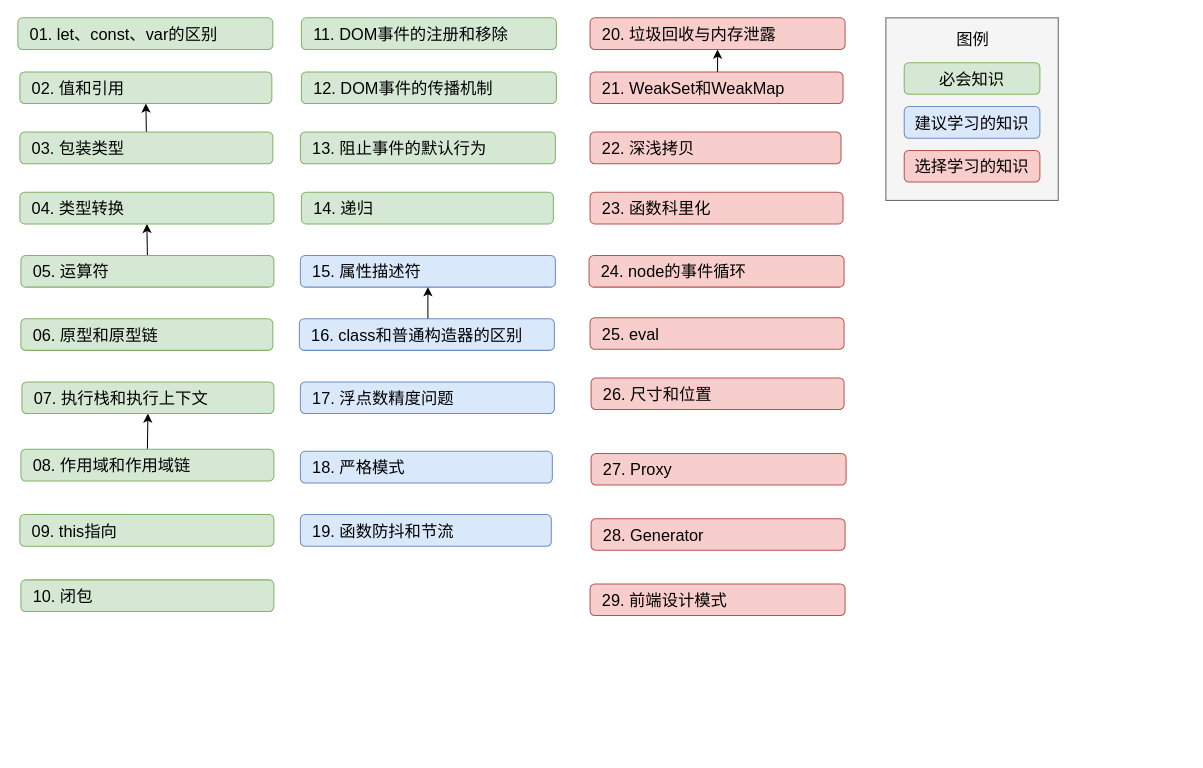
Above: 知识图谱.dio in 915030415/frontend-interview-javascript (draw.io), before the change. Source tidied: cells renumbered, new cells numbered last; positions are measured from the earlier drawing's top-left corner, leaving out a move shared by most shapes. Both pictures are drawn from the tidied source at 102%, with x=0, y=0 at pixel (17, 17).
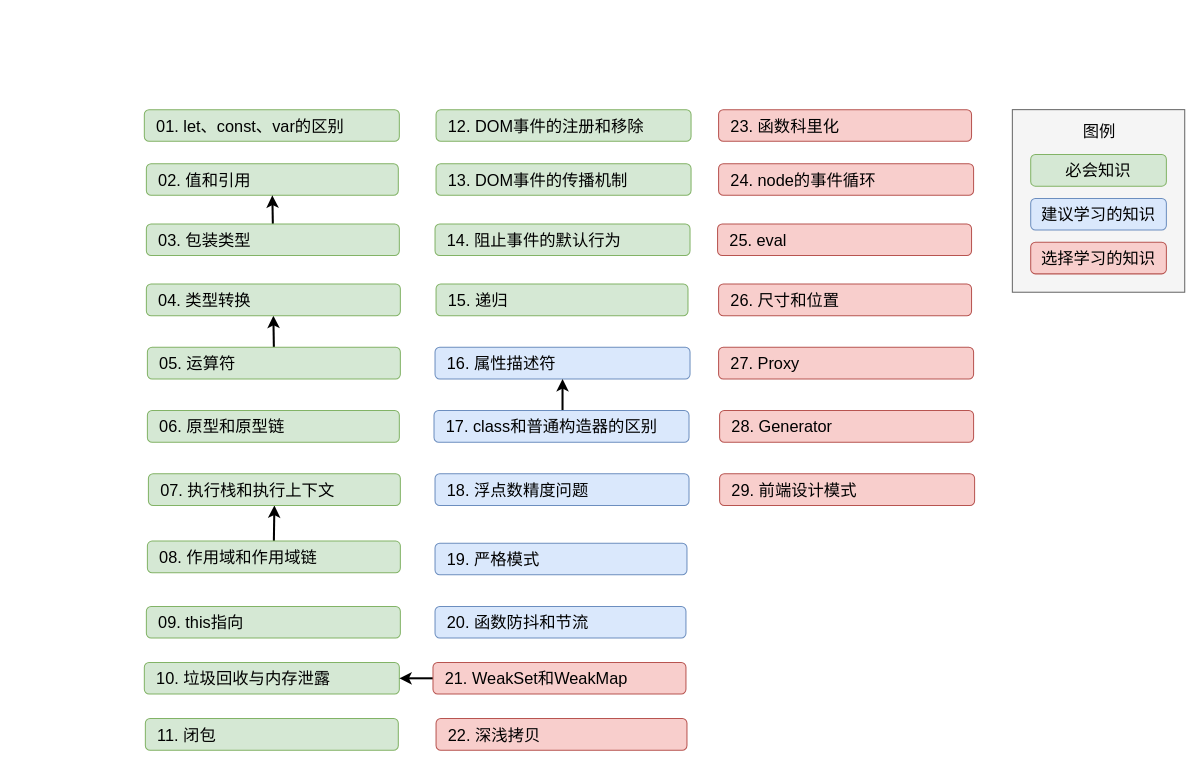
The same diagram, later.

What changed in the source:
```diff
@@
     <mxCell id="2" value="&lt;font color=&quot;#000000&quot;&gt;02. 值和引用&lt;/font&gt;" style="rounded=1;whiteSpace=wrap;html=1;fillColor=#d5e8d4;strokeColor=#82b366;fontSize=16;fontFamily=Roboto Mono;align=left;spacingLeft=10;" parent="1" vertex="1">
-      <mxGeometry x="2" y="53" width="247" height="31" as="geometry" />
+      <mxGeometry x="126" y="143" width="247" height="31" as="geometry" />
     </mxCell>
-    <mxCell id="3" value="&lt;font color=&quot;#000000&quot;&gt;20. 垃圾回收与内存泄露&lt;/font&gt;" style="rounded=1;whiteSpace=wrap;html=1;fillColor=#f8cecc;strokeColor=#b85450;fontSize=16;fontFamily=Roboto Mono;align=left;spacingLeft=10;" parent="1" vertex="1">
-      <mxGeometry x="561" width="250" height="31" as="geometry" />
+    <mxCell id="3" value="&lt;font color=&quot;#000000&quot;&gt;10. 垃圾回收与内存泄露&lt;/font&gt;" style="rounded=1;whiteSpace=wrap;html=1;fillColor=#d5e8d4;strokeColor=#82b366;fontSize=16;fontFamily=Roboto Mono;align=left;spacingLeft=10;" parent="1" vertex="1">
+      <mxGeometry x="124" y="632" width="250" height="31" as="geometry" />
     </mxCell>
-    <mxCell id="4" value="&lt;font color=&quot;#000000&quot;&gt;10. 闭包&lt;/font&gt;" style="rounded=1;whiteSpace=wrap;html=1;fillColor=#d5e8d4;strokeColor=#82b366;fontSize=16;fontFamily=Roboto Mono;align=left;spacingLeft=10;" parent="1" vertex="1">
-      <mxGeometry x="3" y="551" width="248" height="31" as="geometry" />
+    <mxCell id="4" value="&lt;font color=&quot;#000000&quot;&gt;11. 闭包&lt;/font&gt;" style="rounded=1;whiteSpace=wrap;html=1;fillColor=#d5e8d4;strokeColor=#82b366;fontSize=16;fontFamily=Roboto Mono;align=left;spacingLeft=10;" parent="1" vertex="1">
+      <mxGeometry x="125" y="687" width="248" height="31" as="geometry" />
     </mxCell>
     <mxCell id="5" value="&lt;font color=&quot;#000000&quot;&gt;22. 深浅拷贝&lt;/font&gt;" style="rounded=1;whiteSpace=wrap;html=1;fillColor=#f8cecc;strokeColor=#b85450;fontSize=16;fontFamily=Roboto Mono;align=left;spacingLeft=10;" parent="1" vertex="1">
-      <mxGeometry x="561" y="112" width="246" height="31" as="geometry" />
+      <mxGeometry x="410" y="687" width="246" height="31" as="geometry" />
     </mxCell>
     <mxCell id="6" value="&lt;font color=&quot;#000000&quot;&gt;09. this指向&lt;/font&gt;" style="rounded=1;whiteSpace=wrap;html=1;fillColor=#d5e8d4;strokeColor=#82b366;fontSize=16;fontFamily=Roboto Mono;align=left;spacingLeft=10;" parent="1" vertex="1">
-      <mxGeometry x="2" y="487" width="249" height="31" as="geometry" />
+      <mxGeometry x="126" y="577" width="249" height="31" as="geometry" />
     </mxCell>
-    <mxCell id="7" value="&lt;font color=&quot;#000000&quot;&gt;15. 属性描述符&lt;/font&gt;" style="rounded=1;whiteSpace=wrap;html=1;fillColor=#dae8fc;strokeColor=#6c8ebf;fontSize=16;fontFamily=Roboto Mono;align=left;spacingLeft=10;" parent="1" vertex="1">
-      <mxGeometry x="277" y="233" width="250" height="31" as="geometry" />
+    <mxCell id="7" value="&lt;font color=&quot;#000000&quot;&gt;16. 属性描述符&lt;/font&gt;" style="rounded=1;whiteSpace=wrap;html=1;fillColor=#dae8fc;strokeColor=#6c8ebf;fontSize=16;fontFamily=Roboto Mono;align=left;spacingLeft=10;" parent="1" vertex="1">
+      <mxGeometry x="409" y="323" width="250" height="31" as="geometry" />
     </mxCell>
-    <mxCell id="8" style="edgeStyle=orthogonalEdgeStyle;rounded=0;jettySize=auto;html=1;exitX=0.5;exitY=0;exitDx=0;exitDy=0;entryX=0.5;entryY=1;entryDx=0;entryDy=0;strokeColor=#000000;spacingLeft=10;" parent="1" edge="1" source="9" target="34">
+    <mxCell id="8" style="edgeStyle=orthogonalEdgeStyle;rounded=0;jettySize=auto;html=1;exitX=0.5;exitY=0;exitDx=0;exitDy=0;entryX=0.5;entryY=1;entryDx=0;entryDy=0;strokeColor=#000000;spacingLeft=10;strokeWidth=2;" parent="1" edge="1" source="9" target="34">
       <mxGeometry relative="1" as="geometry" />
     </mxCell>
     <mxCell id="9" value="&lt;font color=&quot;#000000&quot;&gt;08. 作用域和作用域链&lt;/font&gt;" style="rounded=1;whiteSpace=wrap;html=1;fillColor=#d5e8d4;strokeColor=#82b366;fontSize=16;fontFamily=Roboto Mono;align=left;spacingLeft=10;" parent="1" vertex="1">
-      <mxGeometry x="3" y="423" width="248" height="31" as="geometry" />
+      <mxGeometry x="127" y="513" width="248" height="31" as="geometry" />
     </mxCell>
-    <mxCell id="10" style="edgeStyle=orthogonalEdgeStyle;rounded=0;jettySize=auto;html=1;exitX=0.5;exitY=0;exitDx=0;exitDy=0;entryX=0.5;entryY=1;entryDx=0;entryDy=0;strokeColor=#000000;spacingLeft=10;" parent="1" edge="1" source="11" target="35">
+    <mxCell id="10" style="edgeStyle=orthogonalEdgeStyle;rounded=0;jettySize=auto;html=1;exitX=0.5;exitY=0;exitDx=0;exitDy=0;entryX=0.5;entryY=1;entryDx=0;entryDy=0;strokeColor=#000000;spacingLeft=10;strokeWidth=2;" parent="1" edge="1" source="11" target="35">
       <mxGeometry relative="1" as="geometry" />
     </mxCell>
     <mxCell id="11" value="&lt;font color=&quot;#000000&quot;&gt;05. 运算符&lt;/font&gt;" style="rounded=1;whiteSpace=wrap;html=1;fillColor=#d5e8d4;strokeColor=#82b366;fontSize=16;fontFamily=Roboto Mono;align=left;spacingLeft=10;" parent="1" vertex="1">
-      <mxGeometry x="3" y="233" width="248" height="31" as="geometry" />
+      <mxGeometry x="127" y="323" width="248" height="31" as="geometry" />
     </mxCell>
-    <mxCell id="12" style="edgeStyle=orthogonalEdgeStyle;rounded=0;jettySize=auto;html=1;exitX=0.5;exitY=0;exitDx=0;exitDy=0;entryX=0.5;entryY=1;entryDx=0;entryDy=0;strokeColor=#000000;spacingLeft=10;" parent="1" edge="1" source="13" target="2">
+    <mxCell id="12" style="edgeStyle=orthogonalEdgeStyle;rounded=0;jettySize=auto;html=1;exitX=0.5;exitY=0;exitDx=0;exitDy=0;entryX=0.5;entryY=1;entryDx=0;entryDy=0;strokeColor=#000000;spacingLeft=10;strokeWidth=2;" parent="1" edge="1" source="13" target="2">
       <mxGeometry relative="1" as="geometry" />
     </mxCell>
     <mxCell id="13" value="&lt;font color=&quot;#000000&quot;&gt;03. 包装类型&lt;/font&gt;" style="rounded=1;whiteSpace=wrap;html=1;fillColor=#d5e8d4;strokeColor=#82b366;fontSize=16;fontFamily=Roboto Mono;align=left;spacingLeft=10;" parent="1" vertex="1">
-      <mxGeometry x="2" y="112" width="248" height="31" as="geometry" />
+      <mxGeometry x="126" y="202" width="248" height="31" as="geometry" />
     </mxCell>
-    <mxCell id="14" value="&lt;font color=&quot;#000000&quot;&gt;18. 严格模式&lt;/font&gt;" style="rounded=1;whiteSpace=wrap;html=1;fillColor=#dae8fc;strokeColor=#6c8ebf;fontSize=16;fontFamily=Roboto Mono;align=left;spacingLeft=10;" parent="1" vertex="1">
-      <mxGeometry x="277" y="425" width="247" height="31" as="geometry" />
+    <mxCell id="14" value="&lt;font color=&quot;#000000&quot;&gt;19. 严格模式&lt;/font&gt;" style="rounded=1;whiteSpace=wrap;html=1;fillColor=#dae8fc;strokeColor=#6c8ebf;fontSize=16;fontFamily=Roboto Mono;align=left;spacingLeft=10;" parent="1" vertex="1">
+      <mxGeometry x="409" y="515" width="247" height="31" as="geometry" />
     </mxCell>
-    <mxCell id="15" value="&lt;font color=&quot;#000000&quot;&gt;17. 浮点数精度问题&lt;/font&gt;" style="rounded=1;whiteSpace=wrap;html=1;fillColor=#dae8fc;strokeColor=#6c8ebf;fontSize=16;fontFamily=Roboto Mono;align=left;spacingLeft=10;" parent="1" vertex="1">
-      <mxGeometry x="277" y="357" width="249" height="31" as="geometry" />
+    <mxCell id="15" value="&lt;font color=&quot;#000000&quot;&gt;18. 浮点数精度问题&lt;/font&gt;" style="rounded=1;whiteSpace=wrap;html=1;fillColor=#dae8fc;strokeColor=#6c8ebf;fontSize=16;fontFamily=Roboto Mono;align=left;spacingLeft=10;" parent="1" vertex="1">
+      <mxGeometry x="409" y="447" width="249" height="31" as="geometry" />
     </mxCell>
-    <mxCell id="16" value="&lt;font color=&quot;#000000&quot;&gt;12. DOM事件的传播机制&lt;/font&gt;" style="rounded=1;whiteSpace=wrap;html=1;fillColor=#d5e8d4;strokeColor=#82b366;fontSize=16;fontFamily=Roboto Mono;align=left;spacingLeft=10;" parent="1" vertex="1">
-      <mxGeometry x="278" y="53" width="250" height="31" as="geometry" />
+    <mxCell id="16" value="&lt;font color=&quot;#000000&quot;&gt;13. DOM事件的传播机制&lt;/font&gt;" style="rounded=1;whiteSpace=wrap;html=1;fillColor=#d5e8d4;strokeColor=#82b366;fontSize=16;fontFamily=Roboto Mono;align=left;spacingLeft=10;" parent="1" vertex="1">
+      <mxGeometry x="410" y="143" width="250" height="31" as="geometry" />
     </mxCell>
-    <mxCell id="17" value="&lt;font color=&quot;#000000&quot;&gt;13. 阻止事件的默认行为&lt;/font&gt;" style="rounded=1;whiteSpace=wrap;html=1;fillColor=#d5e8d4;strokeColor=#82b366;fontSize=16;fontFamily=Roboto Mono;align=left;spacingLeft=10;" parent="1" vertex="1">
-      <mxGeometry x="277" y="112" width="250" height="31" as="geometry" />
+    <mxCell id="17" value="&lt;font color=&quot;#000000&quot;&gt;14. 阻止事件的默认行为&lt;/font&gt;" style="rounded=1;whiteSpace=wrap;html=1;fillColor=#d5e8d4;strokeColor=#82b366;fontSize=16;fontFamily=Roboto Mono;align=left;spacingLeft=10;" parent="1" vertex="1">
+      <mxGeometry x="409" y="202" width="250" height="31" as="geometry" />
     </mxCell>
-    <mxCell id="18" value="&lt;font color=&quot;#000000&quot;&gt;19. 函数防抖和节流&lt;/font&gt;" style="rounded=1;whiteSpace=wrap;html=1;fillColor=#dae8fc;strokeColor=#6c8ebf;fontSize=16;fontFamily=Roboto Mono;align=left;spacingLeft=10;" parent="1" vertex="1">
-      <mxGeometry x="277" y="487" width="246" height="31" as="geometry" />
+    <mxCell id="18" value="&lt;font color=&quot;#000000&quot;&gt;20. 函数防抖和节流&lt;/font&gt;" style="rounded=1;whiteSpace=wrap;html=1;fillColor=#dae8fc;strokeColor=#6c8ebf;fontSize=16;fontFamily=Roboto Mono;align=left;spacingLeft=10;" parent="1" vertex="1">
+      <mxGeometry x="409" y="577" width="246" height="31" as="geometry" />
     </mxCell>
     <mxCell id="19" value="&lt;font color=&quot;#000000&quot;&gt;01. let、const、var的区别&lt;/font&gt;" style="rounded=1;whiteSpace=wrap;html=1;fillColor=#d5e8d4;strokeColor=#82b366;fontSize=16;fontFamily=Roboto Mono;align=left;spacingLeft=10;" parent="1" vertex="1">
-      <mxGeometry width="250" height="31" as="geometry" />
+      <mxGeometry x="124" y="90" width="250" height="31" as="geometry" />
     </mxCell>
-    <mxCell id="20" style="edgeStyle=orthogonalEdgeStyle;rounded=0;jettySize=auto;html=1;exitX=0.5;exitY=0;exitDx=0;exitDy=0;entryX=0.5;entryY=1;entryDx=0;entryDy=0;strokeColor=#000000;spacingLeft=10;" parent="1" edge="1" source="21" target="7">
+    <mxCell id="20" style="edgeStyle=orthogonalEdgeStyle;rounded=0;jettySize=auto;html=1;exitX=0.5;exitY=0;exitDx=0;exitDy=0;entryX=0.5;entryY=1;entryDx=0;entryDy=0;strokeColor=#000000;spacingLeft=10;strokeWidth=2;" parent="1" edge="1" source="21" target="7">
       <mxGeometry relative="1" as="geometry" />
     </mxCell>
-    <mxCell id="21" value="&lt;font color=&quot;#000000&quot;&gt;16. class和普通构造器的区别&lt;/font&gt;" style="rounded=1;whiteSpace=wrap;html=1;fillColor=#dae8fc;strokeColor=#6c8ebf;fontSize=16;fontFamily=Roboto Mono;align=left;spacingLeft=10;" parent="1" vertex="1">
-      <mxGeometry x="276" y="295" width="250" height="31" as="geometry" />
+    <mxCell id="21" value="&lt;font color=&quot;#000000&quot;&gt;17. class和普通构造器的区别&lt;/font&gt;" style="rounded=1;whiteSpace=wrap;html=1;fillColor=#dae8fc;strokeColor=#6c8ebf;fontSize=16;fontFamily=Roboto Mono;align=left;spacingLeft=10;" parent="1" vertex="1">
+      <mxGeometry x="408" y="385" width="250" height="31" as="geometry" />
     </mxCell>
-    <mxCell id="22" value="&lt;font color=&quot;#000000&quot;&gt;11. DOM事件的注册和移除&lt;/font&gt;" style="rounded=1;whiteSpace=wrap;html=1;fillColor=#d5e8d4;strokeColor=#82b366;fontSize=16;fontFamily=Roboto Mono;align=left;spacingLeft=10;" parent="1" vertex="1">
-      <mxGeometry x="278" width="250" height="31" as="geometry" />
+    <mxCell id="22" value="&lt;font color=&quot;#000000&quot;&gt;12. DOM事件的注册和移除&lt;/font&gt;" style="rounded=1;whiteSpace=wrap;html=1;fillColor=#d5e8d4;strokeColor=#82b366;fontSize=16;fontFamily=Roboto Mono;align=left;spacingLeft=10;" parent="1" vertex="1">
+      <mxGeometry x="410" y="90" width="250" height="31" as="geometry" />
     </mxCell>
     <mxCell id="23" value="&lt;font color=&quot;#000000&quot;&gt;26. 尺寸和位置&lt;/font&gt;" style="rounded=1;whiteSpace=wrap;html=1;fontSize=16;fontFamily=Roboto Mono;fillColor=#F8CECC;strokeColor=#B85450;align=left;spacingLeft=10;" parent="1" vertex="1">
-      <mxGeometry x="562" y="353" width="248" height="31" as="geometry" />
+      <mxGeometry x="687" y="261" width="248" height="31" as="geometry" />
     </mxCell>
-    <mxCell id="24" style="edgeStyle=orthogonalEdgeStyle;rounded=0;jettySize=auto;html=1;exitX=0.5;exitY=0;exitDx=0;exitDy=0;entryX=0.5;entryY=1;entryDx=0;entryDy=0;strokeColor=#000000;spacingLeft=10;" parent="1" edge="1" source="25" target="3">
+    <mxCell id="24" style="edgeStyle=none;html=1;exitX=0;exitY=0.5;exitDx=0;exitDy=0;entryX=1;entryY=0.5;entryDx=0;entryDy=0;strokeWidth=2;" parent="1" edge="1" source="25" target="3">
       <mxGeometry relative="1" as="geometry" />
     </mxCell>
     <mxCell id="25" value="&lt;font color=&quot;#000000&quot;&gt;21. WeakSet和WeakMap&lt;/font&gt;" style="rounded=1;whiteSpace=wrap;html=1;fillColor=#f8cecc;strokeColor=#b85450;fontSize=16;fontFamily=Roboto Mono;align=left;spacingLeft=10;" parent="1" vertex="1">
-      <mxGeometry x="561" y="53" width="248" height="31" as="geometry" />
+      <mxGeometry x="407" y="632" width="248" height="31" as="geometry" />
     </mxCell>
     <mxCell id="26" value="&lt;font color=&quot;#000000&quot;&gt;24. node的事件循环&lt;/font&gt;" style="rounded=1;whiteSpace=wrap;html=1;fillColor=#f8cecc;strokeColor=#b85450;fontSize=16;fontFamily=Roboto Mono;align=left;spacingLeft=10;" parent="1" vertex="1">
-      <mxGeometry x="560" y="233" width="250" height="31" as="geometry" />
+      <mxGeometry x="687" y="143" width="250" height="31" as="geometry" />
     </mxCell>
     <mxCell id="27" value="&lt;font color=&quot;#000000&quot;&gt;28. Generator&lt;/font&gt;" style="rounded=1;whiteSpace=wrap;html=1;fillColor=#f8cecc;strokeColor=#b85450;fontSize=16;fontFamily=Roboto Mono;align=left;spacingLeft=10;" parent="1" vertex="1">
-      <mxGeometry x="562" y="491" width="249" height="31" as="geometry" />
+      <mxGeometry x="688" y="385" width="249" height="31" as="geometry" />
     </mxCell>
     <mxCell id="28" value="&lt;font color=&quot;#000000&quot;&gt;27. Proxy&lt;/font&gt;" style="rounded=1;whiteSpace=wrap;html=1;fillColor=#f8cecc;strokeColor=#b85450;fontSize=16;fontFamily=Roboto Mono;align=left;spacingLeft=10;" parent="1" vertex="1">
-      <mxGeometry x="562" y="427" width="250" height="31" as="geometry" />
+      <mxGeometry x="687" y="323" width="250" height="31" as="geometry" />
     </mxCell>
     <mxCell id="29" value="&lt;font color=&quot;#000000&quot;&gt;29. 前端设计模式&lt;/font&gt;" style="rounded=1;whiteSpace=wrap;html=1;fillColor=#f8cecc;strokeColor=#b85450;fontSize=16;fontFamily=Roboto Mono;align=left;spacingLeft=10;" parent="1" vertex="1">
-      <mxGeometry x="561" y="555" width="250" height="31" as="geometry" />
+      <mxGeometry x="688" y="447" width="250" height="31" as="geometry" />
     </mxCell>
     <mxCell id="30" value="&lt;font color=&quot;#000000&quot;&gt;23. 函数科里化&lt;/font&gt;" style="rounded=1;whiteSpace=wrap;html=1;fillColor=#f8cecc;strokeColor=#b85450;fontSize=16;fontFamily=Roboto Mono;align=left;spacingLeft=10;" parent="1" vertex="1">
-      <mxGeometry x="561" y="171" width="248" height="31" as="geometry" />
+      <mxGeometry x="687" y="90" width="248" height="31" as="geometry" />
     </mxCell>
     <mxCell id="31" value="&lt;font color=&quot;#000000&quot;&gt;25. eval&lt;/font&gt;" style="rounded=1;whiteSpace=wrap;html=1;fontSize=16;fontFamily=Roboto Mono;fillColor=#F8CECC;strokeColor=#B85450;align=left;spacingLeft=10;" parent="1" vertex="1">
-      <mxGeometry x="561" y="294" width="249" height="31" as="geometry" />
+      <mxGeometry x="686" y="202" width="249" height="31" as="geometry" />
     </mxCell>
     <mxCell id="32" value="&lt;font color=&quot;#000000&quot;&gt;06. 原型和原型链&lt;/font&gt;" style="rounded=1;whiteSpace=wrap;html=1;fillColor=#d5e8d4;strokeColor=#82b366;fontSize=16;fontFamily=Roboto Mono;align=left;spacingLeft=10;" parent="1" vertex="1">
-      <mxGeometry x="3" y="295" width="247" height="31" as="geometry" />
+      <mxGeometry x="127" y="385" width="247" height="31" as="geometry" />
     </mxCell>
-    <mxCell id="33" value="&lt;font color=&quot;#000000&quot;&gt;14. 递归&lt;/font&gt;" style="rounded=1;whiteSpace=wrap;html=1;fillColor=#d5e8d4;strokeColor=#82b366;fontSize=16;fontFamily=Roboto Mono;align=left;spacingLeft=10;" parent="1" vertex="1">
-      <mxGeometry x="278" y="171" width="247" height="31" as="geometry" />
+    <mxCell id="33" value="&lt;font color=&quot;#000000&quot;&gt;15. 递归&lt;/font&gt;" style="rounded=1;whiteSpace=wrap;html=1;fillColor=#d5e8d4;strokeColor=#82b366;fontSize=16;fontFamily=Roboto Mono;align=left;spacingLeft=10;" parent="1" vertex="1">
+      <mxGeometry x="410" y="261" width="247" height="31" as="geometry" />
     </mxCell>
     <mxCell id="34" value="&lt;font color=&quot;#000000&quot;&gt;07. 执行栈和执行上下文&lt;/font&gt;" style="rounded=1;whiteSpace=wrap;html=1;fillColor=#d5e8d4;strokeColor=#82b366;fontSize=16;fontFamily=Roboto Mono;align=left;spacingLeft=10;" parent="1" vertex="1">
-      <mxGeometry x="4" y="357" width="247" height="31" as="geometry" />
+      <mxGeometry x="128" y="447" width="247" height="31" as="geometry" />
     </mxCell>
     <mxCell id="35" value="&lt;font color=&quot;#000000&quot;&gt;04. 类型转换&lt;/font&gt;" style="rounded=1;whiteSpace=wrap;html=1;fillColor=#d5e8d4;strokeColor=#82b366;fontSize=16;fontFamily=Roboto Mono;align=left;spacingLeft=10;" parent="1" vertex="1">
-      <mxGeometry x="2" y="171" width="249" height="31" as="geometry" />
+      <mxGeometry x="126" y="261" width="249" height="31" as="geometry" />
     </mxCell>
     <mxCell id="36" style="rounded=0;whiteSpace=wrap;html=1;fontFamily=Roboto Mono;fontSize=16;fillColor=#f5f5f5;strokeColor=#666666;fontColor=#333333;" parent="1" vertex="1">
-      <mxGeometry x="851" width="169" height="179" as="geometry" />
+      <mxGeometry x="975" y="90" width="169" height="179" as="geometry" />
     </mxCell>
     <mxCell id="37" value="&lt;font color=&quot;#000000&quot;&gt;图例&lt;/font&gt;" style="text;html=1;align=center;verticalAlign=middle;strokeColor=none;fontSize=16;fontFamily=Roboto Mono;" parent="1" vertex="1">
-      <mxGeometry x="914.5" y="9" width="42" height="23" as="geometry" />
+      <mxGeometry x="1038.5" y="99" width="42" height="23" as="geometry" />
     </mxCell>
     <mxCell id="38" value="&lt;font color=&quot;#000000&quot;&gt;必会知识&lt;/font&gt;" style="rounded=1;whiteSpace=wrap;html=1;fillColor=#d5e8d4;strokeColor=#82b366;fontSize=16;fontFamily=Roboto Mono;" parent="1" vertex="1">
-      <mxGeometry x="869" y="44" width="133" height="31" as="geometry" />
+      <mxGeometry x="993" y="134" width="133" height="31" as="geometry" />
     </mxCell>
     <mxCell id="39" value="&lt;font color=&quot;#000000&quot;&gt;建议学习的知识&lt;/font&gt;" style="rounded=1;whiteSpace=wrap;html=1;fillColor=#dae8fc;strokeColor=#6c8ebf;fontSize=16;fontFamily=Roboto Mono;" parent="1" vertex="1">
-      <mxGeometry x="869" y="87" width="133" height="31" as="geometry" />
+      <mxGeometry x="993" y="177" width="133" height="31" as="geometry" />
     </mxCell>
     <mxCell id="40" value="&lt;font color=&quot;#000000&quot;&gt;选择学习的知识&lt;/font&gt;" style="rounded=1;whiteSpace=wrap;html=1;fillColor=#f8cecc;strokeColor=#b85450;fontSize=16;fontFamily=Roboto Mono;" parent="1" vertex="1">
-      <mxGeometry x="869" y="130" width="133" height="31" as="geometry" />
+      <mxGeometry x="993" y="220" width="133" height="31" as="geometry" />
     </mxCell>
```
